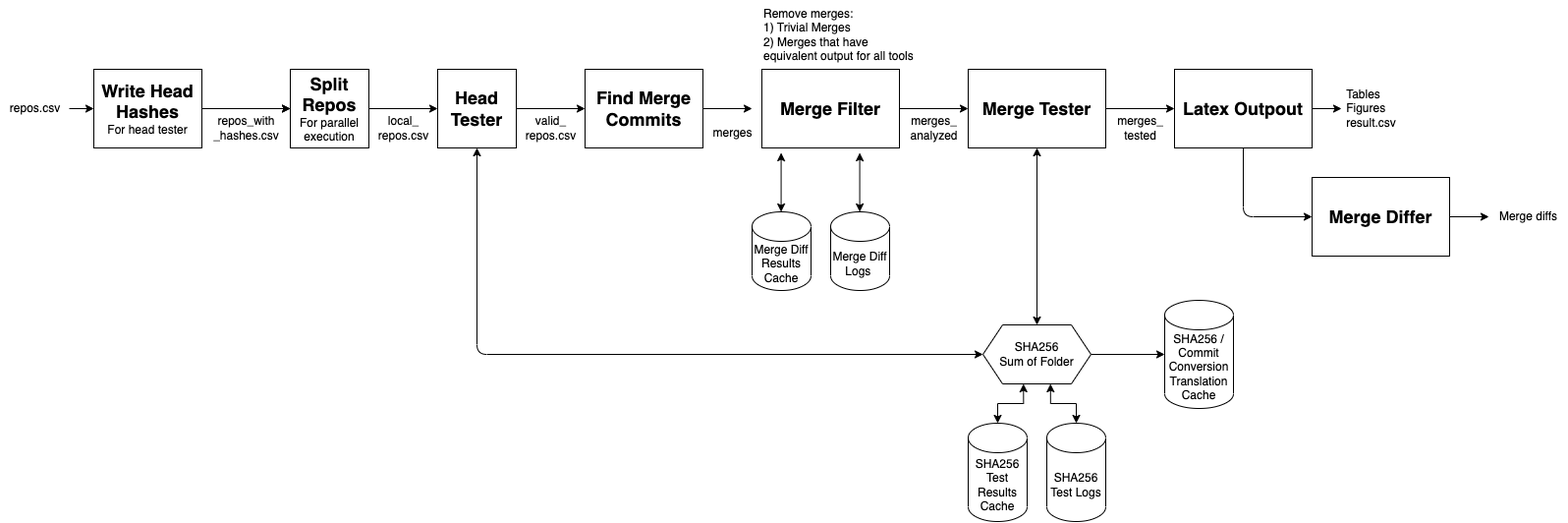
Before: illustrations/Architecture.drawio.png, a diagram exported from draw.io (benedikt-schesch/AST-Merging-Evaluation). Source tidied: cells renumbered, new cells last; positions are measured from the earlier drawing's top-left corner, leaving out a move shared by most shapes.
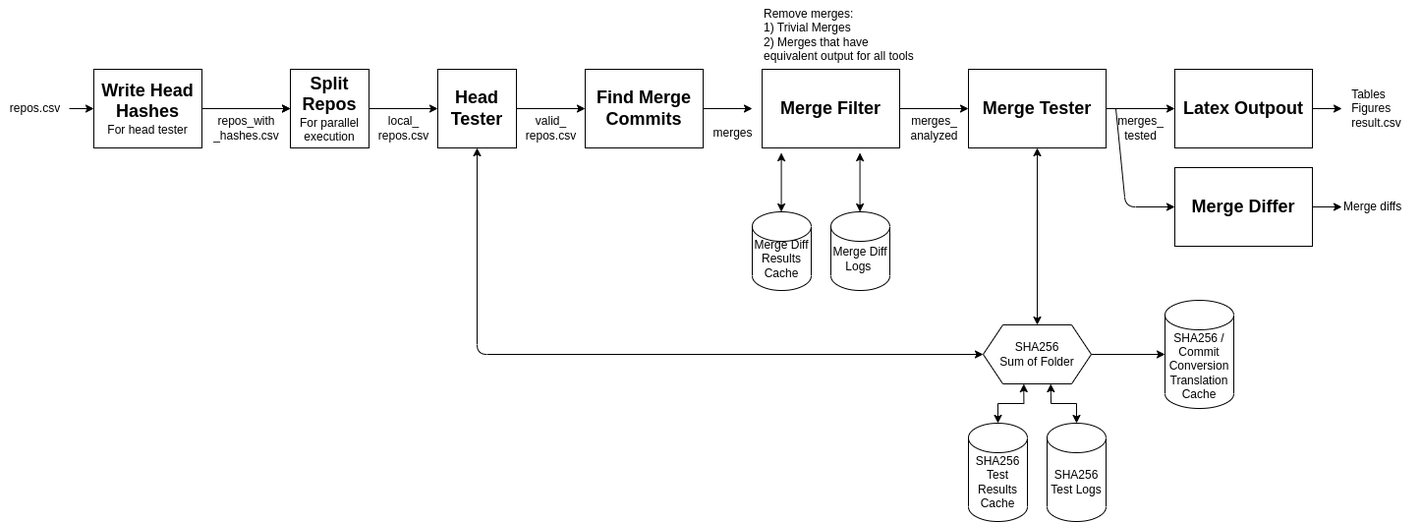
Later version of the same file.

What changed in the source:
```diff
@@ -75,6 +75,14 @@
     <mxCell id="23" style="edgeStyle=orthogonalEdgeStyle;rounded=0;jettySize=auto;html=1;exitX=1;exitY=0.5;exitDx=0;exitDy=0;entryX=0;entryY=0.5;entryDx=0;entryDy=0;" parent="1" edge="1" source="24" target="27">
       <mxGeometry relative="1" as="geometry" />
     </mxCell>
+    <mxCell id="45" style="edgeStyle=none;html=1;entryX=0;entryY=0.5;entryDx=0;entryDy=0;" parent="1" edge="1" target="43">
+      <mxGeometry relative="1" as="geometry">
+        <mxPoint x="1135" y="110" as="sourcePoint" />
+        <Array as="points">
+          <mxPoint x="1145" y="210" />
+        </Array>
+      </mxGeometry>
+    </mxCell>
     <mxCell id="24" value="&lt;font style=&quot;font-size: 18px;&quot;&gt;&lt;b&gt;Merge Tester&lt;/b&gt;&lt;/font&gt;" style="rounded=0;whiteSpace=wrap;html=1;" parent="1" vertex="1">
       <mxGeometry x="985" y="70" width="140" height="80" as="geometry" />
     </mxCell>
@@ -83,18 +91,11 @@
         <mxPoint x="1365" y="109.9" as="targetPoint" />
       </mxGeometry>
     </mxCell>
-    <mxCell id="26" style="edgeStyle=none;html=1;exitX=0.5;exitY=1;exitDx=0;exitDy=0;entryX=0;entryY=0.5;entryDx=0;entryDy=0;" parent="1" edge="1" source="27" target="43">
-      <mxGeometry relative="1" as="geometry">
-        <Array as="points">
-          <mxPoint x="1265" y="220" />
-        </Array>
-      </mxGeometry>
-    </mxCell>
     <mxCell id="27" value="&lt;font style=&quot;font-size: 18px;&quot;&gt;&lt;b&gt;Latex Outpout&lt;/b&gt;&lt;/font&gt;" style="rounded=0;whiteSpace=wrap;html=1;" parent="1" vertex="1">
       <mxGeometry x="1195" y="70" width="140" height="80" as="geometry" />
     </mxCell>
     <mxCell id="28" value="&lt;div style=&quot;text-align: left;&quot;&gt;&lt;span style=&quot;background-color: initial;&quot;&gt;Tables&lt;/span&gt;&lt;/div&gt;&lt;div style=&quot;text-align: left;&quot;&gt;&lt;span style=&quot;background-color: initial;&quot;&gt;Figures&lt;/span&gt;&lt;/div&gt;&lt;div style=&quot;text-align: left;&quot;&gt;&lt;span style=&quot;background-color: initial;&quot;&gt;result.csv&lt;/span&gt;&lt;/div&gt;" style="text;html=1;align=center;verticalAlign=middle;strokeColor=none;fillColor=none;" parent="1" vertex="1">
-      <mxGeometry x="1360" y="80" width="70" height="60" as="geometry" />
+      <mxGeometry x="1365" y="80" width="70" height="60" as="geometry" />
     </mxCell>
     <mxCell id="29" value="Merge Diff Results Cache" style="shape=cylinder3;whiteSpace=wrap;html=1;boundedLbl=1;backgroundOutline=1;size=15;" parent="1" vertex="1">
       <mxGeometry x="765" y="215" width="60" height="80" as="geometry" />
@@ -149,10 +150,10 @@
       <mxGeometry relative="1" as="geometry" />
     </mxCell>
     <mxCell id="43" value="&lt;font style=&quot;font-size: 18px;&quot;&gt;&lt;b&gt;Merge Differ&lt;/b&gt;&lt;/font&gt;" style="rounded=0;whiteSpace=wrap;html=1;" parent="1" vertex="1">
-      <mxGeometry x="1335" y="180" width="140" height="80" as="geometry" />
+      <mxGeometry x="1195" y="170" width="140" height="80" as="geometry" />
     </mxCell>
-    <mxCell id="44" value="Merge diffs" style="text;html=1;align=center;verticalAlign=middle;points=[];strokeColor=none;fillColor=none;" parent="1" vertex="1">
-      <mxGeometry x="1515" y="205" width="80" height="30" as="geometry" />
+    <mxCell id="44" value="Merge diffs" style="text;html=1;align=left;verticalAlign=middle;points=[];strokeColor=none;fillColor=none;" parent="1" vertex="1">
+      <mxGeometry x="1365" y="195" width="80" height="30" as="geometry" />
     </mxCell>
   </root>
 </mxGraphModel>
```
